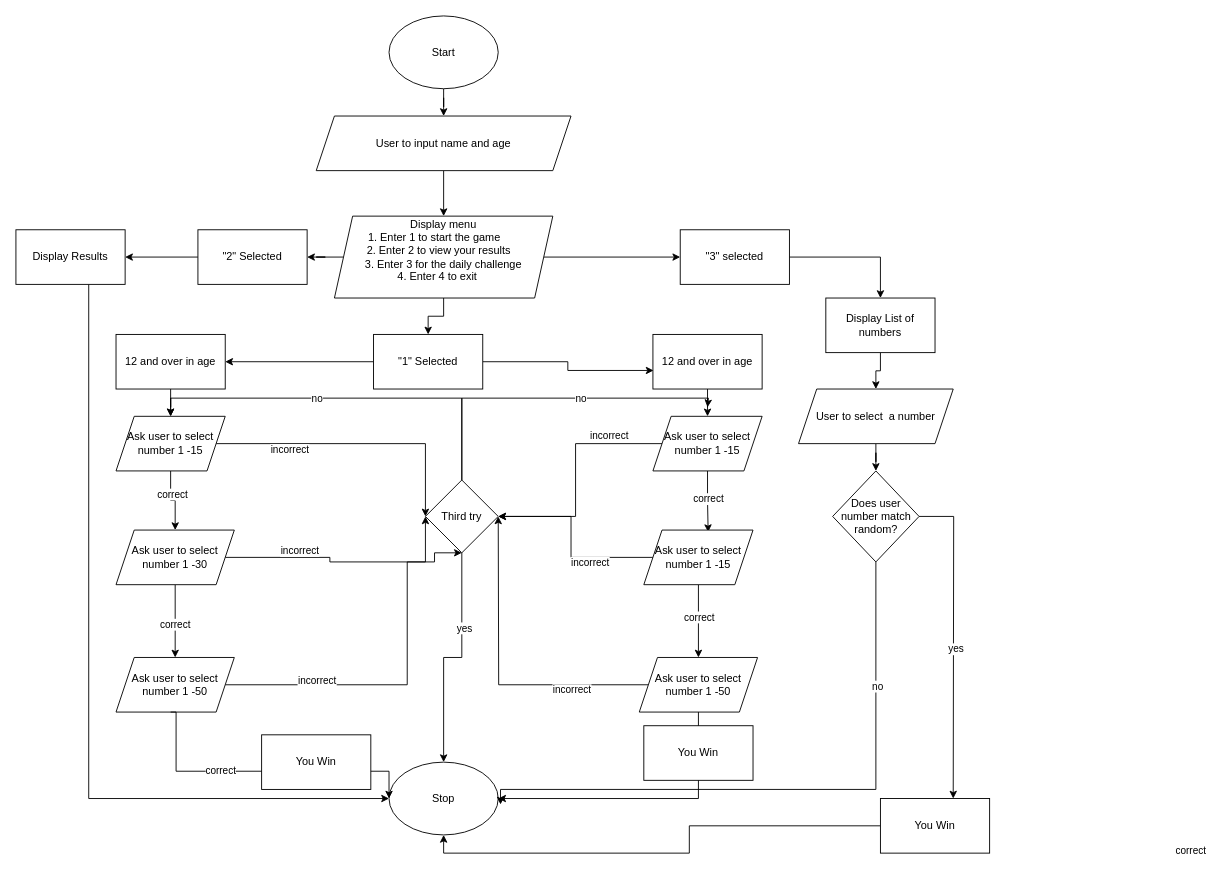
Above: resources/guess_the_number.drawio in fabs-pe/T1A3 (draw.io), before the change. Source tidied: cells renumbered, new cells numbered last; positions are measured from the earlier drawing's top-left corner, leaving out a move shared by most shapes. Both pictures are drawn from the tidied source at 91%, with x=0, y=0 at pixel (15, 15).
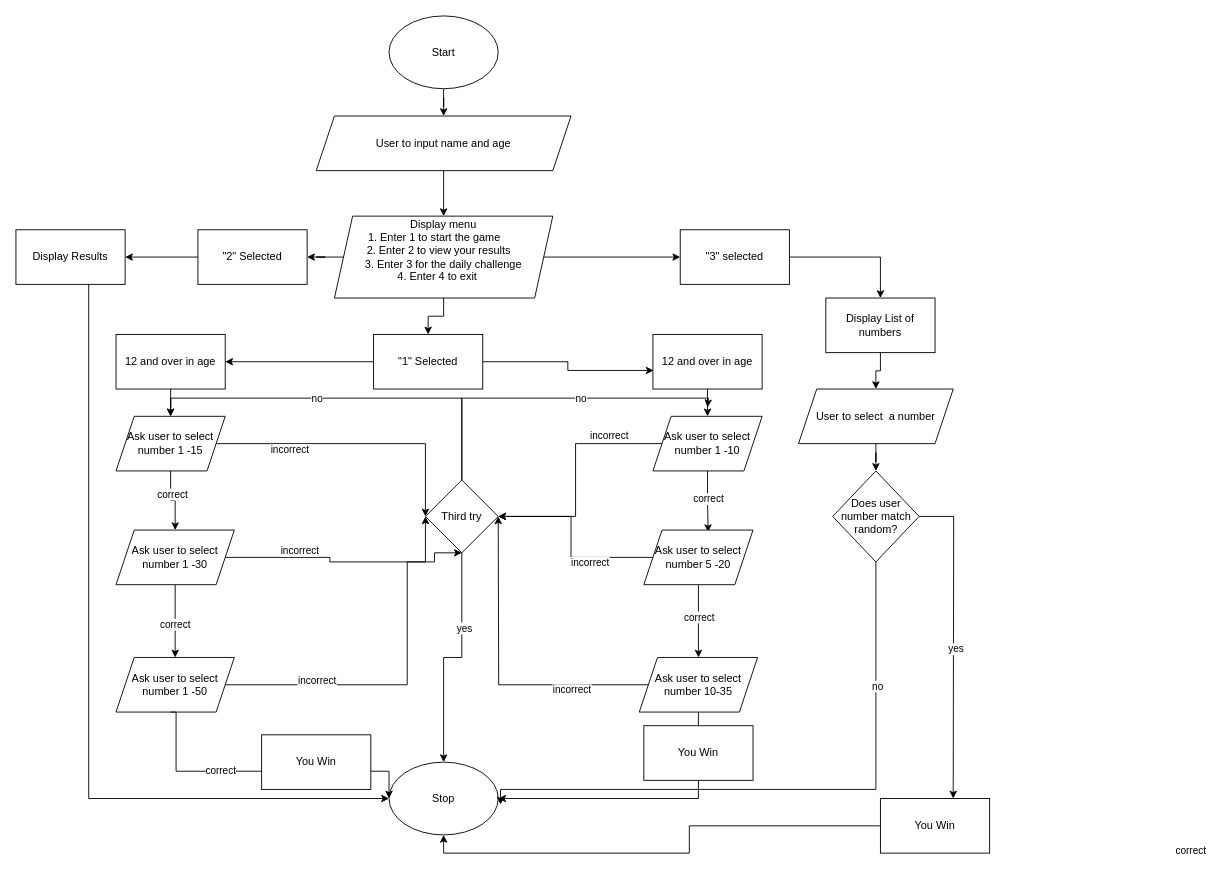
The same page after the edit.

Diff of the diagram source:
```diff
@@
-    <mxCell id="38" value="Ask user to select number 1 -15" style="shape=parallelogram;perimeter=parallelogramPerimeter;whiteSpace=wrap;html=1;fixedSize=1;" parent="1" vertex="1">
+    <mxCell id="38" value="Ask user to select number 1 -10" style="shape=parallelogram;perimeter=parallelogramPerimeter;whiteSpace=wrap;html=1;fixedSize=1;" parent="1" vertex="1">
       <mxGeometry x="700" y="440" width="120" height="60" as="geometry" />
     </mxCell>
@@
-    <mxCell id="41" value="Ask user to select number 1 -15" style="shape=parallelogram;perimeter=parallelogramPerimeter;whiteSpace=wrap;html=1;fixedSize=1;" parent="1" vertex="1">
+    <mxCell id="41" value="Ask user to select number 5 -20" style="shape=parallelogram;perimeter=parallelogramPerimeter;whiteSpace=wrap;html=1;fixedSize=1;" parent="1" vertex="1">
       <mxGeometry x="690" y="565" width="120" height="60" as="geometry" />
     </mxCell>
@@
-    <mxCell id="44" value="Ask user to select number 1 -50" style="shape=parallelogram;perimeter=parallelogramPerimeter;whiteSpace=wrap;html=1;fixedSize=1;" parent="1" vertex="1">
+    <mxCell id="44" value="Ask user to select number 10-35" style="shape=parallelogram;perimeter=parallelogramPerimeter;whiteSpace=wrap;html=1;fixedSize=1;" parent="1" vertex="1">
       <mxGeometry x="685" y="705" width="130" height="60" as="geometry" />
     </mxCell>
```
